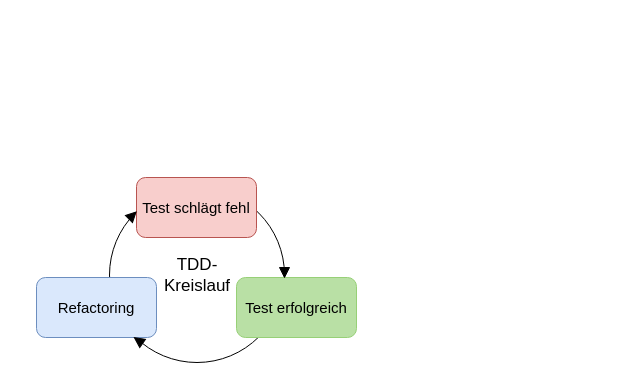
schnickalodeon/Parlivote keeps this draw.io diagram as page "TDD" (9 of 11) of Parlivote.Shared/Documentation/Untitled Diagram.drawio. Above is the earlier version. Source tidied: cells renumbered, new cells numbered last; positions are measured from the earlier drawing's top-left corner, leaving out a move shared by most shapes. Both pictures are drawn from the tidied source at 100%, with x=0, y=0 at pixel (36, 177).
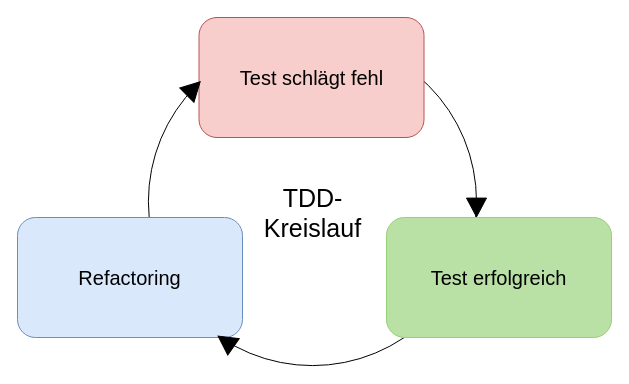
After the change.

Diff of the diagram source:
```diff
@@
 <mxGraphModel>
   <root>
     <mxCell id="0" />
     <mxCell id="1" parent="0" />
-    <mxCell id="2" style="ellipse;whiteSpace=wrap;html=1;strokeColor=#000000;fillColor=none;fontSize=15;" parent="1" vertex="1">
-      <mxGeometry x="73" y="10" width="175" height="175" as="geometry" />
+    <mxCell id="2" style="ellipse;whiteSpace=wrap;html=1;strokeColor=#000000;fillColor=none;fontSize=20;" parent="1" vertex="1">
+      <mxGeometry x="111.9" y="-140" width="328.1" height="328.1" as="geometry" />
     </mxCell>
-    <mxCell id="3" value="Test schlägt fehl" style="rounded=1;whiteSpace=wrap;html=1;fillColor=#f8cecc;strokeColor=#b85450;fontSize=15;" parent="1" vertex="1">
-      <mxGeometry x="100" width="120" height="60" as="geometry" />
+    <mxCell id="3" value="Test schlägt fehl" style="rounded=1;whiteSpace=wrap;html=1;fillColor=#f8cecc;strokeColor=#b85450;fontSize=20;" parent="1" vertex="1">
+      <mxGeometry x="162.5" y="-160" width="225" height="120" as="geometry" />
     </mxCell>
-    <mxCell id="4" value="Test erfolgreich" style="rounded=1;whiteSpace=wrap;html=1;fillColor=#B9E0A5;strokeColor=#97D077;fontSize=15;" parent="1" vertex="1">
-      <mxGeometry x="200" y="100" width="120" height="60" as="geometry" />
+    <mxCell id="4" value="Test erfolgreich" style="rounded=1;whiteSpace=wrap;html=1;fillColor=#B9E0A5;strokeColor=#97D077;fontSize=20;" parent="1" vertex="1">
+      <mxGeometry x="350" y="40" width="225" height="120" as="geometry" />
     </mxCell>
-    <mxCell id="5" value="Refactoring" style="rounded=1;whiteSpace=wrap;html=1;fillColor=#dae8fc;strokeColor=#6c8ebf;fontSize=15;" parent="1" vertex="1">
-      <mxGeometry y="100" width="120" height="60" as="geometry" />
+    <mxCell id="5" value="Refactoring" style="rounded=1;whiteSpace=wrap;html=1;fillColor=#dae8fc;strokeColor=#6c8ebf;fontSize=20;" parent="1" vertex="1">
+      <mxGeometry x="-19" y="40" width="225" height="120" as="geometry" />
     </mxCell>
-    <mxCell id="6" value="&lt;font style=&quot;font-size: 17px;&quot;&gt;TDD-Kreislauf&lt;/font&gt;" style="text;html=1;strokeColor=none;fillColor=none;align=center;verticalAlign=middle;whiteSpace=wrap;rounded=0;fontSize=15;" parent="1" vertex="1">
-      <mxGeometry x="130.5" y="82.5" width="60" height="30" as="geometry" />
+    <mxCell id="6" value="&lt;font style=&quot;font-size: 25px;&quot;&gt;TDD-Kreislauf&lt;/font&gt;" style="text;html=1;strokeColor=none;fillColor=none;align=center;verticalAlign=middle;whiteSpace=wrap;rounded=0;fontSize=25;" parent="1" vertex="1">
+      <mxGeometry x="219.7" y="5" width="112.5" height="60" as="geometry" />
     </mxCell>
-    <mxCell id="7" style="triangle;whiteSpace=wrap;html=1;strokeColor=#000000;fillColor=#000000;rotation=-45;fontSize=15;" parent="1" vertex="1">
-      <mxGeometry x="91" y="33" width="10" height="10" as="geometry" />
+    <mxCell id="7" style="triangle;whiteSpace=wrap;html=1;strokeColor=#000000;fillColor=#000000;rotation=-45;fontSize=20;" parent="1" vertex="1">
+      <mxGeometry x="147.6" y="-99" width="18.8" height="20" as="geometry" />
     </mxCell>
-    <mxCell id="8" style="triangle;whiteSpace=wrap;html=1;strokeColor=#000000;fillColor=#000000;rotation=90;fontSize=15;" parent="1" vertex="1">
-      <mxGeometry x="243" y="90" width="10" height="10" as="geometry" />
+    <mxCell id="8" style="triangle;whiteSpace=wrap;html=1;strokeColor=#000000;fillColor=#000000;rotation=90;fontSize=20;" parent="1" vertex="1">
+      <mxGeometry x="430.6" y="20" width="18.8" height="20" as="geometry" />
     </mxCell>
-    <mxCell id="9" style="triangle;whiteSpace=wrap;html=1;strokeColor=#000000;fillColor=#000000;rotation=-145;fontSize=15;" parent="1" vertex="1">
-      <mxGeometry x="97" y="158" width="10" height="10" as="geometry" />
+    <mxCell id="9" style="triangle;whiteSpace=wrap;html=1;strokeColor=#000000;fillColor=#000000;rotation=-145;fontSize=20;" parent="1" vertex="1">
+      <mxGeometry x="179.9" y="154" width="18.8" height="20" as="geometry" />
     </mxCell>
   </root>
 </mxGraphModel>
```
